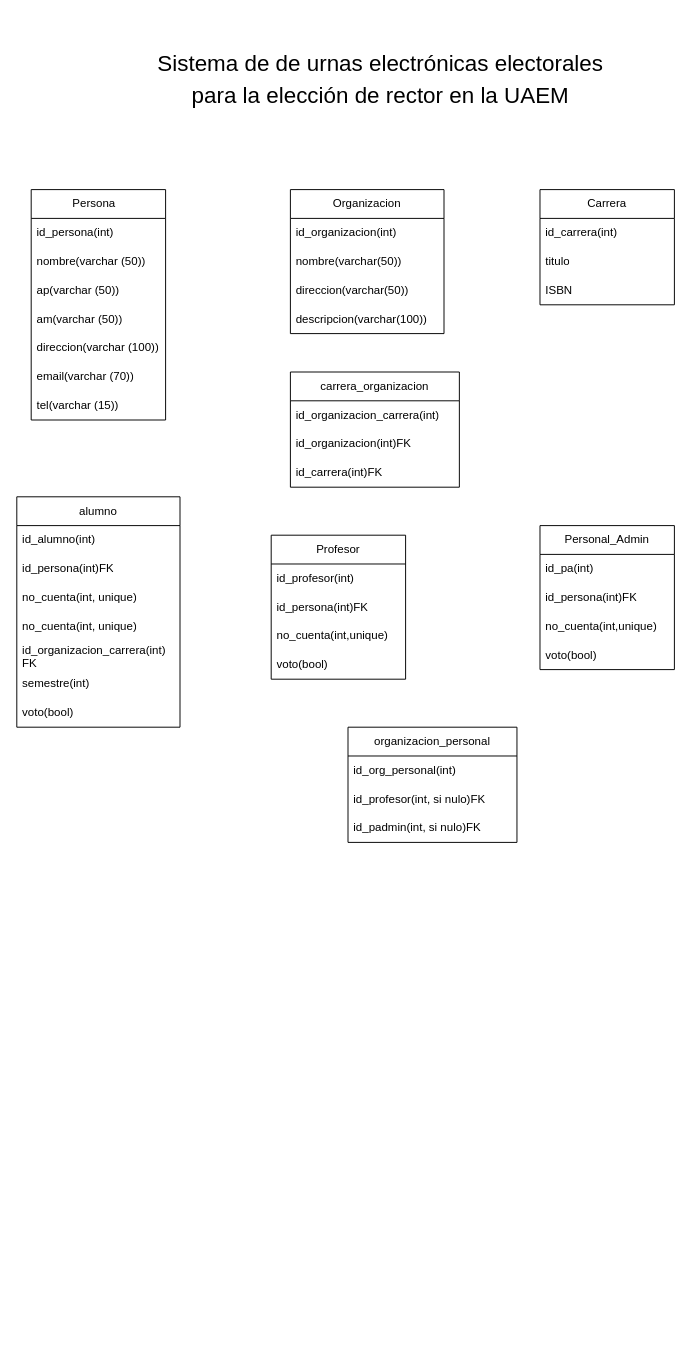
Above: Modelo_ER.drawio in Oscar-Franc/Sistema_Elecciones (draw.io), before the change. Source tidied: cells renumbered, new cells numbered last; positions are measured from the earlier drawing's top-left corner, leaving out a move shared by most shapes. Both pictures are drawn from the tidied source at 96%, with x=0, y=0 at pixel (16, 16).
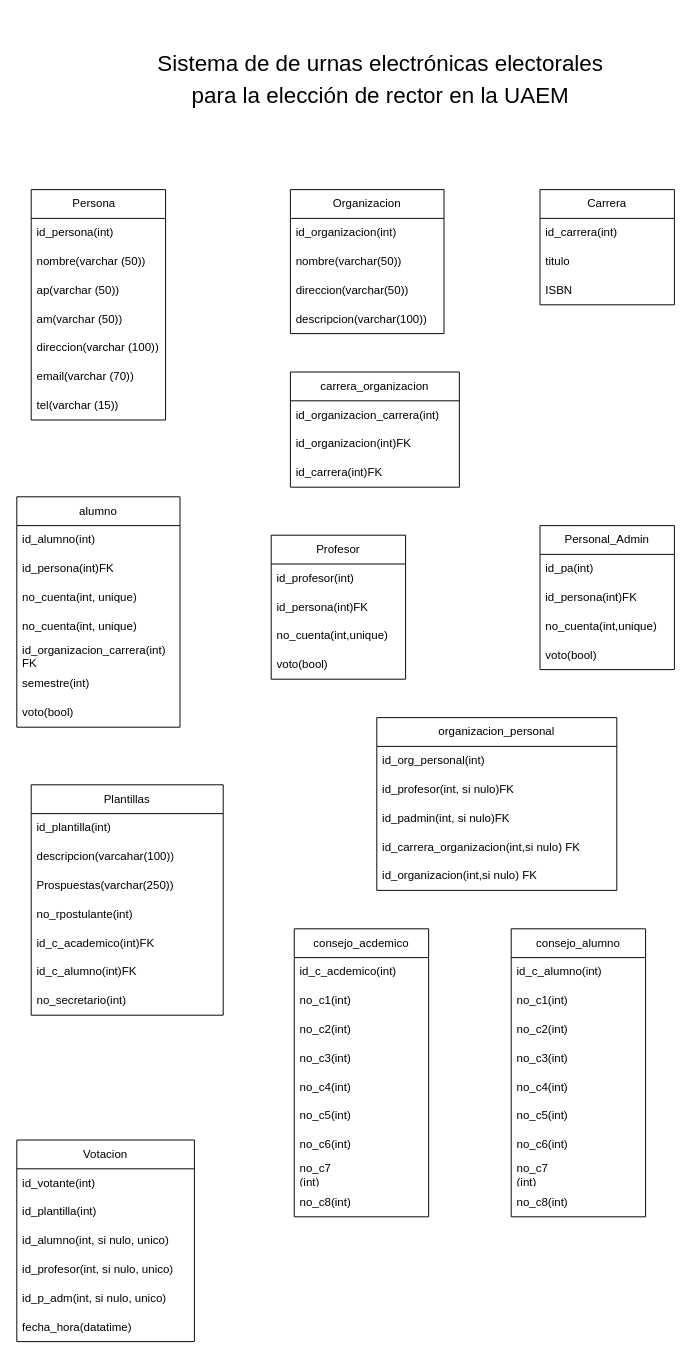
The same diagram, later.

Diff of the diagram source:
```diff
@@
     <mxCell id="42" value="organizacion_personal" style="swimlane;fontStyle=0;horizontal=1;startSize=30;whiteSpace=wrap;html=1;" parent="1" vertex="1">
-      <mxGeometry x="345" y="740" width="176" height="120" as="geometry" />
+      <mxGeometry x="375" y="730" width="250" height="180" as="geometry" />
     </mxCell>
     <mxCell id="43" value="id_org_personal(int)" style="text;strokeColor=none;fillColor=none;align=left;verticalAlign=middle;spacingLeft=4;spacingRight=4;overflow=hidden;whiteSpace=wrap;html=1;" parent="42" vertex="1">
-      <mxGeometry y="30" width="176" height="30" as="geometry" />
+      <mxGeometry y="30" width="250" height="30" as="geometry" />
     </mxCell>
     <mxCell id="44" value="id_profesor(int, si nulo)FK" style="text;strokeColor=none;fillColor=none;align=left;verticalAlign=middle;spacingLeft=4;spacingRight=4;overflow=hidden;whiteSpace=wrap;html=1;" parent="42" vertex="1">
-      <mxGeometry y="60" width="176" height="30" as="geometry" />
+      <mxGeometry y="60" width="250" height="30" as="geometry" />
     </mxCell>
     <mxCell id="45" value="id_padmin(int, si nulo)FK" style="text;strokeColor=none;fillColor=none;align=left;verticalAlign=middle;spacingLeft=4;spacingRight=4;overflow=hidden;whiteSpace=wrap;html=1;" parent="42" vertex="1">
-      <mxGeometry y="90" width="176" height="30" as="geometry" />
+      <mxGeometry y="90" width="250" height="30" as="geometry" />
     </mxCell>
+    <mxCell id="46" value="id_carrera_organizacion(int,si nulo) FK" style="text;strokeColor=none;fillColor=none;align=left;verticalAlign=middle;spacingLeft=4;spacingRight=4;overflow=hidden;whiteSpace=wrap;html=1;" parent="42" vertex="1">
+      <mxGeometry y="120" width="250" height="30" as="geometry" />
+    </mxCell>
+    <mxCell id="47" value="id_organizacion(int,si nulo) FK" style="text;strokeColor=none;fillColor=none;align=left;verticalAlign=middle;spacingLeft=4;spacingRight=4;overflow=hidden;whiteSpace=wrap;html=1;" parent="42" vertex="1">
+      <mxGeometry y="150" width="250" height="30" as="geometry" />
+    </mxCell>
+    <mxCell id="48" value="Plantillas" style="swimlane;fontStyle=0;horizontal=1;startSize=30;whiteSpace=wrap;html=1;" parent="1" vertex="1">
+      <mxGeometry x="15" y="800" width="200" height="240" as="geometry" />
+    </mxCell>
+    <mxCell id="49" value="id_plantilla(int)" style="text;strokeColor=none;fillColor=none;align=left;verticalAlign=middle;spacingLeft=4;spacingRight=4;overflow=hidden;whiteSpace=wrap;html=1;" parent="48" vertex="1">
+      <mxGeometry y="30" width="200" height="30" as="geometry" />
+    </mxCell>
+    <mxCell id="50" value="descripcion(varcahar(100))" style="text;strokeColor=none;fillColor=none;align=left;verticalAlign=middle;spacingLeft=4;spacingRight=4;overflow=hidden;whiteSpace=wrap;html=1;" parent="48" vertex="1">
+      <mxGeometry y="60" width="200" height="30" as="geometry" />
+    </mxCell>
+    <mxCell id="51" value="Prospuestas(varchar(250))" style="text;strokeColor=none;fillColor=none;align=left;verticalAlign=middle;spacingLeft=4;spacingRight=4;overflow=hidden;whiteSpace=wrap;html=1;" parent="48" vertex="1">
+      <mxGeometry y="90" width="200" height="30" as="geometry" />
+    </mxCell>
+    <mxCell id="52" value="no_rpostulante(int)" style="text;strokeColor=none;fillColor=none;align=left;verticalAlign=middle;spacingLeft=4;spacingRight=4;overflow=hidden;whiteSpace=wrap;html=1;" parent="48" vertex="1">
+      <mxGeometry y="120" width="200" height="30" as="geometry" />
+    </mxCell>
+    <mxCell id="53" value="id_c_academico(int)FK" style="text;strokeColor=none;fillColor=none;align=left;verticalAlign=middle;spacingLeft=4;spacingRight=4;overflow=hidden;whiteSpace=wrap;html=1;" parent="48" vertex="1">
+      <mxGeometry y="150" width="200" height="30" as="geometry" />
+    </mxCell>
+    <mxCell id="54" value="id_c_alumno(int)FK" style="text;strokeColor=none;fillColor=none;align=left;verticalAlign=middle;spacingLeft=4;spacingRight=4;overflow=hidden;whiteSpace=wrap;html=1;" parent="48" vertex="1">
+      <mxGeometry y="180" width="200" height="30" as="geometry" />
+    </mxCell>
+    <mxCell id="55" value="no_secretario(int)" style="text;strokeColor=none;fillColor=none;align=left;verticalAlign=middle;spacingLeft=4;spacingRight=4;overflow=hidden;whiteSpace=wrap;html=1;" parent="48" vertex="1">
+      <mxGeometry y="210" width="200" height="30" as="geometry" />
+    </mxCell>
+    <mxCell id="56" value="consejo_acdemico" style="swimlane;fontStyle=0;horizontal=1;startSize=30;whiteSpace=wrap;html=1;" parent="1" vertex="1">
+      <mxGeometry x="289" y="950" width="140" height="300" as="geometry" />
+    </mxCell>
+    <mxCell id="57" value="id_c_acdemico(int)" style="text;strokeColor=none;fillColor=none;align=left;verticalAlign=middle;spacingLeft=4;spacingRight=4;overflow=hidden;whiteSpace=wrap;html=1;" parent="56" vertex="1">
+      <mxGeometry y="30" width="140" height="30" as="geometry" />
+    </mxCell>
+    <mxCell id="58" value="no_c1(int)" style="text;strokeColor=none;fillColor=none;align=left;verticalAlign=middle;spacingLeft=4;spacingRight=4;overflow=hidden;whiteSpace=wrap;html=1;" parent="56" vertex="1">
+      <mxGeometry y="60" width="140" height="30" as="geometry" />
+    </mxCell>
+    <mxCell id="59" value="no_c2(int)" style="text;strokeColor=none;fillColor=none;align=left;verticalAlign=middle;spacingLeft=4;spacingRight=4;overflow=hidden;whiteSpace=wrap;html=1;" parent="56" vertex="1">
+      <mxGeometry y="90" width="140" height="30" as="geometry" />
+    </mxCell>
+    <mxCell id="60" value="no_c3(int)" style="text;strokeColor=none;fillColor=none;align=left;verticalAlign=middle;spacingLeft=4;spacingRight=4;overflow=hidden;whiteSpace=wrap;html=1;" parent="56" vertex="1">
+      <mxGeometry y="120" width="140" height="30" as="geometry" />
+    </mxCell>
+    <mxCell id="61" value="no_c4(int)" style="text;strokeColor=none;fillColor=none;align=left;verticalAlign=middle;spacingLeft=4;spacingRight=4;overflow=hidden;whiteSpace=wrap;html=1;" parent="56" vertex="1">
+      <mxGeometry y="150" width="140" height="30" as="geometry" />
+    </mxCell>
+    <mxCell id="62" value="no_c5(int)" style="text;strokeColor=none;fillColor=none;align=left;verticalAlign=middle;spacingLeft=4;spacingRight=4;overflow=hidden;whiteSpace=wrap;html=1;" parent="56" vertex="1">
+      <mxGeometry y="180" width="140" height="30" as="geometry" />
+    </mxCell>
+    <mxCell id="63" value="no_c6(int)" style="text;strokeColor=none;fillColor=none;align=left;verticalAlign=middle;spacingLeft=4;spacingRight=4;overflow=hidden;whiteSpace=wrap;html=1;" parent="56" vertex="1">
+      <mxGeometry y="210" width="140" height="30" as="geometry" />
+    </mxCell>
+    <mxCell id="64" value="no_c7&lt;div&gt;(int)&lt;/div&gt;" style="text;strokeColor=none;fillColor=none;align=left;verticalAlign=middle;spacingLeft=4;spacingRight=4;overflow=hidden;whiteSpace=wrap;html=1;" parent="56" vertex="1">
+      <mxGeometry y="240" width="140" height="30" as="geometry" />
+    </mxCell>
+    <mxCell id="65" value="no_c8(int)" style="text;strokeColor=none;fillColor=none;align=left;verticalAlign=middle;spacingLeft=4;spacingRight=4;overflow=hidden;whiteSpace=wrap;html=1;" parent="56" vertex="1">
+      <mxGeometry y="270" width="140" height="30" as="geometry" />
+    </mxCell>
+    <mxCell id="66" value="consejo_alumno" style="swimlane;fontStyle=0;horizontal=1;startSize=30;whiteSpace=wrap;html=1;" parent="1" vertex="1">
+      <mxGeometry x="515" y="950" width="140" height="300" as="geometry" />
+    </mxCell>
+    <mxCell id="67" value="id_c_alumno(int)" style="text;strokeColor=none;fillColor=none;align=left;verticalAlign=middle;spacingLeft=4;spacingRight=4;overflow=hidden;whiteSpace=wrap;html=1;" parent="66" vertex="1">
+      <mxGeometry y="30" width="140" height="30" as="geometry" />
+    </mxCell>
+    <mxCell id="68" value="no_c1(int)" style="text;strokeColor=none;fillColor=none;align=left;verticalAlign=middle;spacingLeft=4;spacingRight=4;overflow=hidden;whiteSpace=wrap;html=1;" parent="66" vertex="1">
+      <mxGeometry y="60" width="140" height="30" as="geometry" />
+    </mxCell>
+    <mxCell id="69" value="no_c2(int)" style="text;strokeColor=none;fillColor=none;align=left;verticalAlign=middle;spacingLeft=4;spacingRight=4;overflow=hidden;whiteSpace=wrap;html=1;" parent="66" vertex="1">
+      <mxGeometry y="90" width="140" height="30" as="geometry" />
+    </mxCell>
+    <mxCell id="70" value="no_c3(int)" style="text;strokeColor=none;fillColor=none;align=left;verticalAlign=middle;spacingLeft=4;spacingRight=4;overflow=hidden;whiteSpace=wrap;html=1;" parent="66" vertex="1">
+      <mxGeometry y="120" width="140" height="30" as="geometry" />
+    </mxCell>
+    <mxCell id="71" value="no_c4(int)" style="text;strokeColor=none;fillColor=none;align=left;verticalAlign=middle;spacingLeft=4;spacingRight=4;overflow=hidden;whiteSpace=wrap;html=1;" parent="66" vertex="1">
+      <mxGeometry y="150" width="140" height="30" as="geometry" />
+    </mxCell>
+    <mxCell id="72" value="no_c5(int)" style="text;strokeColor=none;fillColor=none;align=left;verticalAlign=middle;spacingLeft=4;spacingRight=4;overflow=hidden;whiteSpace=wrap;html=1;" parent="66" vertex="1">
+      <mxGeometry y="180" width="140" height="30" as="geometry" />
+    </mxCell>
+    <mxCell id="73" value="no_c6(int)" style="text;strokeColor=none;fillColor=none;align=left;verticalAlign=middle;spacingLeft=4;spacingRight=4;overflow=hidden;whiteSpace=wrap;html=1;" parent="66" vertex="1">
+      <mxGeometry y="210" width="140" height="30" as="geometry" />
+    </mxCell>
+    <mxCell id="74" value="no_c7&lt;div&gt;(int)&lt;/div&gt;" style="text;strokeColor=none;fillColor=none;align=left;verticalAlign=middle;spacingLeft=4;spacingRight=4;overflow=hidden;whiteSpace=wrap;html=1;" parent="66" vertex="1">
+      <mxGeometry y="240" width="140" height="30" as="geometry" />
+    </mxCell>
+    <mxCell id="75" value="no_c8(int)" style="text;strokeColor=none;fillColor=none;align=left;verticalAlign=middle;spacingLeft=4;spacingRight=4;overflow=hidden;whiteSpace=wrap;html=1;" parent="66" vertex="1">
+      <mxGeometry y="270" width="140" height="30" as="geometry" />
+    </mxCell>
+    <mxCell id="76" value="Votacion" style="swimlane;fontStyle=0;horizontal=1;startSize=30;whiteSpace=wrap;html=1;" parent="1" vertex="1">
+      <mxGeometry y="1170" width="185" height="210" as="geometry" />
+    </mxCell>
+    <mxCell id="77" value="id_votante(int)" style="text;strokeColor=none;fillColor=none;align=left;verticalAlign=middle;spacingLeft=4;spacingRight=4;overflow=hidden;whiteSpace=wrap;html=1;" parent="76" vertex="1">
+      <mxGeometry y="30" width="185" height="30" as="geometry" />
+    </mxCell>
+    <mxCell id="78" value="id_plantilla(int)" style="text;strokeColor=none;fillColor=none;align=left;verticalAlign=middle;spacingLeft=4;spacingRight=4;overflow=hidden;whiteSpace=wrap;html=1;" parent="76" vertex="1">
+      <mxGeometry y="60" width="185" height="30" as="geometry" />
+    </mxCell>
+    <mxCell id="79" value="id_alumno(int, si nulo, unico)" style="text;strokeColor=none;fillColor=none;align=left;verticalAlign=middle;spacingLeft=4;spacingRight=4;overflow=hidden;whiteSpace=wrap;html=1;" parent="76" vertex="1">
+      <mxGeometry y="90" width="185" height="30" as="geometry" />
+    </mxCell>
+    <mxCell id="80" value="id_profesor(int, si nulo, unico)" style="text;strokeColor=none;fillColor=none;align=left;verticalAlign=middle;spacingLeft=4;spacingRight=4;overflow=hidden;whiteSpace=wrap;html=1;" parent="76" vertex="1">
+      <mxGeometry y="120" width="185" height="30" as="geometry" />
+    </mxCell>
+    <mxCell id="81" value="id_p_adm(int, si nulo, unico)" style="text;strokeColor=none;fillColor=none;align=left;verticalAlign=middle;spacingLeft=4;spacingRight=4;overflow=hidden;whiteSpace=wrap;html=1;" parent="76" vertex="1">
+      <mxGeometry y="150" width="185" height="30" as="geometry" />
+    </mxCell>
+    <mxCell id="82" value="fecha_hora(datatime)" style="text;strokeColor=none;fillColor=none;align=left;verticalAlign=middle;spacingLeft=4;spacingRight=4;overflow=hidden;whiteSpace=wrap;html=1;" parent="76" vertex="1">
+      <mxGeometry y="180" width="185" height="30" as="geometry" />
+    </mxCell>
```
